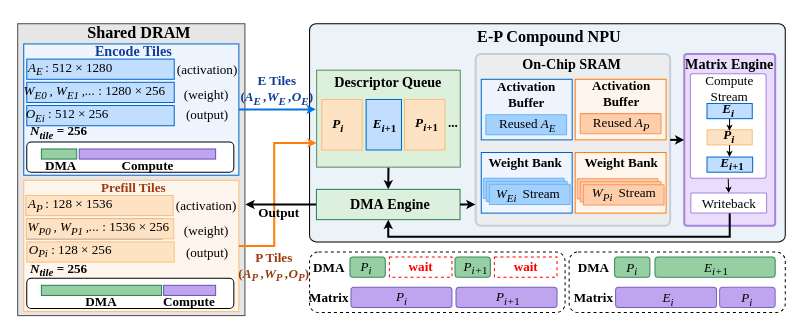
Before: figures/decode.drawio in icszhr/hermes, a draw.io diagram. Source tidied: cells renumbered, new cells numbered last; positions are measured from the earlier drawing's top-left corner, leaving out a move shared by most shapes. Both pictures are drawn from the tidied source at 101%, with x=0, y=0 at pixel (17, 17).
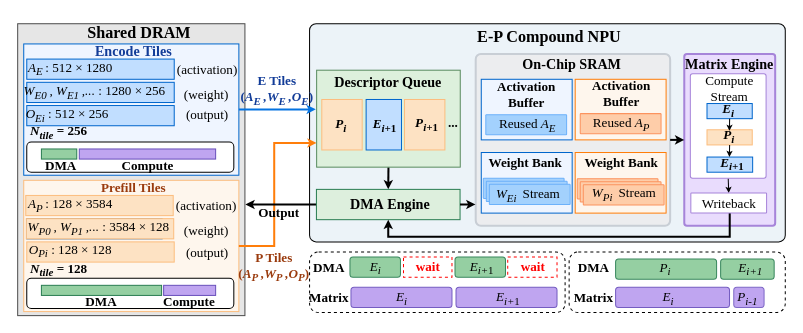
The same page after the edit.

The edit, as a diff of the source:
```diff
@@
     <mxCell id="6" style="rounded=1;whiteSpace=wrap;html=1;fillColor=light-dark(#95cfa2, #1f2f1e);strokeColor=light-dark(#38875d, #446e2c);fontSize=13;" parent="1" vertex="1">
-      <mxGeometry x="591" y="237" width="35" height="20" as="geometry" />
+      <mxGeometry x="696" y="239" width="53" height="20" as="geometry" />
     </mxCell>
     <mxCell id="7" style="rounded=1;whiteSpace=wrap;html=1;fillColor=light-dark(#bfa5f0, #392f3f);strokeColor=light-dark(#745cc1, #9577a3);fontSize=13;" parent="1" vertex="1">
-      <mxGeometry x="592" y="267" width="100" height="20" as="geometry" />
+      <mxGeometry x="592" y="267" width="112.8" height="20" as="geometry" />
     </mxCell>
     <mxCell id="8" style="rounded=1;whiteSpace=wrap;html=1;fillColor=light-dark(#95cfa2, #1f2f1e);strokeColor=light-dark(#38875d, #446e2c);fontSize=13;" parent="1" vertex="1">
-      <mxGeometry x="631" y="237" width="119" height="20" as="geometry" />
+      <mxGeometry x="592" y="239" width="100" height="20" as="geometry" />
     </mxCell>
     <mxCell id="9" style="rounded=1;whiteSpace=wrap;html=1;fillColor=light-dark(#bfa5f0, #392f3f);strokeColor=light-dark(#7e68c6, #9577a3);fontSize=13;" parent="1" vertex="1">
-      <mxGeometry x="695" y="267" width="55" height="20" as="geometry" />
+      <mxGeometry x="709" y="267" width="30" height="20" as="geometry" />
     </mxCell>
@@
-    <mxCell id="31" value="&lt;font face=&quot;Times New Roman&quot; style=&quot;font-weight: normal; color: rgb(0, 0, 0);&quot;&gt;&lt;i&gt;A&lt;sub&gt;&lt;font&gt;P&lt;/font&gt;&amp;nbsp;&lt;/sub&gt;&lt;/i&gt;: 128&amp;nbsp;&lt;span style=&quot;color: light-dark(rgb(0, 0, 0), rgb(237, 237, 237)); background-color: transparent;&quot;&gt;× 1536&lt;/span&gt;&lt;span style=&quot;color: light-dark(rgb(0, 0, 0), rgb(237, 237, 237)); background-color: transparent;&quot;&gt;&amp;nbsp;&lt;/span&gt;&lt;br&gt;&lt;/font&gt;" style="text;html=1;whiteSpace=wrap;strokeColor=none;fillColor=none;align=center;verticalAlign=middle;rounded=0;fontStyle=1;fontColor=#0066CC;fontSize=13;" parent="1" vertex="1">
+    <mxCell id="31" value="&lt;font face=&quot;Times New Roman&quot; style=&quot;font-weight: normal; color: rgb(0, 0, 0);&quot;&gt;&lt;i&gt;A&lt;sub&gt;&lt;font&gt;P&lt;/font&gt;&amp;nbsp;&lt;/sub&gt;&lt;/i&gt;: 128&amp;nbsp;&lt;span style=&quot;color: light-dark(rgb(0, 0, 0), rgb(237, 237, 237)); background-color: transparent;&quot;&gt;× 3584&lt;/span&gt;&lt;span style=&quot;color: light-dark(rgb(0, 0, 0), rgb(237, 237, 237)); background-color: transparent;&quot;&gt;&amp;nbsp;&lt;/span&gt;&lt;br&gt;&lt;/font&gt;" style="text;html=1;whiteSpace=wrap;strokeColor=none;fillColor=none;align=center;verticalAlign=middle;rounded=0;fontStyle=1;fontColor=#0066CC;fontSize=13;" parent="1" vertex="1">
       <mxGeometry x="9" y="171" width="90" height="30" as="geometry" />
     </mxCell>
@@
-    <mxCell id="34" value="&lt;font face=&quot;Times New Roman&quot; style=&quot;font-weight: normal; color: rgb(0, 0, 0);&quot;&gt;&lt;i&gt;W&lt;sub&gt;&lt;font&gt;P0&lt;/font&gt;&amp;nbsp;&lt;/sub&gt;,&amp;nbsp;&lt;/i&gt;&lt;i&gt;W&lt;sub&gt;&lt;font&gt;P1&lt;/font&gt; &lt;/sub&gt;,...&amp;nbsp;&lt;/i&gt;: 1536&amp;nbsp;&lt;span style=&quot;color: light-dark(rgb(0, 0, 0), rgb(237, 237, 237)); background-color: transparent;&quot;&gt;× 256&lt;/span&gt;&lt;span style=&quot;color: light-dark(rgb(0, 0, 0), rgb(237, 237, 237)); background-color: transparent;&quot;&gt;&amp;nbsp;&lt;/span&gt;&lt;br&gt;&lt;/font&gt;" style="text;html=1;whiteSpace=wrap;strokeColor=light-dark(#fcbd7e, #ededed);fillColor=light-dark(#fde2c3, #EDEDED);align=center;verticalAlign=middle;rounded=0;fontStyle=1;fontColor=#0066CC;fontSize=13;" parent="1" vertex="1">
+    <mxCell id="34" value="&lt;font face=&quot;Times New Roman&quot; style=&quot;font-weight: normal; color: rgb(0, 0, 0);&quot;&gt;&lt;i&gt;W&lt;sub&gt;&lt;font&gt;P0&lt;/font&gt;&amp;nbsp;&lt;/sub&gt;,&amp;nbsp;&lt;/i&gt;&lt;i&gt;W&lt;sub&gt;&lt;font&gt;P1&lt;/font&gt; &lt;/sub&gt;,...&amp;nbsp;&lt;/i&gt;: 3584&amp;nbsp;&lt;span style=&quot;color: light-dark(rgb(0, 0, 0), rgb(237, 237, 237)); background-color: transparent;&quot;&gt;× 128&lt;/span&gt;&lt;span style=&quot;color: light-dark(rgb(0, 0, 0), rgb(237, 237, 237)); background-color: transparent;&quot;&gt;&amp;nbsp;&lt;/span&gt;&lt;br&gt;&lt;/font&gt;" style="text;html=1;whiteSpace=wrap;strokeColor=light-dark(#fcbd7e, #ededed);fillColor=light-dark(#fde2c3, #EDEDED);align=center;verticalAlign=middle;rounded=0;fontStyle=1;fontColor=#0066CC;fontSize=13;" parent="1" vertex="1">
       <mxGeometry x="8.5" y="199" width="146" height="20" as="geometry" />
     </mxCell>
@@
-    <mxCell id="38" value="&lt;font face=&quot;Times New Roman&quot; style=&quot;font-weight: normal; color: rgb(0, 0, 0);&quot;&gt;&lt;i&gt;O&lt;sub&gt;&lt;font&gt;Pi&lt;/font&gt;&lt;/sub&gt;&lt;/i&gt;&lt;i&gt;&amp;nbsp;&lt;/i&gt;: 128&amp;nbsp;&lt;span style=&quot;color: light-dark(rgb(0, 0, 0), rgb(237, 237, 237)); background-color: transparent;&quot;&gt;× 256&lt;/span&gt;&lt;span style=&quot;color: light-dark(rgb(0, 0, 0), rgb(237, 237, 237)); background-color: transparent;&quot;&gt;&amp;nbsp;&lt;/span&gt;&lt;br&gt;&lt;/font&gt;" style="text;html=1;whiteSpace=wrap;strokeColor=none;fillColor=none;align=center;verticalAlign=middle;rounded=0;fontStyle=1;fontColor=#0066CC;fontSize=13;" parent="1" vertex="1">
+    <mxCell id="38" value="&lt;font face=&quot;Times New Roman&quot; style=&quot;font-weight: normal; color: rgb(0, 0, 0);&quot;&gt;&lt;i&gt;O&lt;sub&gt;&lt;font&gt;Pi&lt;/font&gt;&lt;/sub&gt;&lt;/i&gt;&lt;i&gt;&amp;nbsp;&lt;/i&gt;: 128&amp;nbsp;&lt;span style=&quot;color: light-dark(rgb(0, 0, 0), rgb(237, 237, 237)); background-color: transparent;&quot;&gt;× 128&lt;/span&gt;&lt;span style=&quot;color: light-dark(rgb(0, 0, 0), rgb(237, 237, 237)); background-color: transparent;&quot;&gt;&amp;nbsp;&lt;/span&gt;&lt;br&gt;&lt;/font&gt;" style="text;html=1;whiteSpace=wrap;strokeColor=none;fillColor=none;align=center;verticalAlign=middle;rounded=0;fontStyle=1;fontColor=#0066CC;fontSize=13;" parent="1" vertex="1">
       <mxGeometry x="9" y="221" width="90" height="20" as="geometry" />
     </mxCell>
@@
-    <mxCell id="40" value="&lt;font color=&quot;#000000&quot; face=&quot;Times New Roman&quot;&gt;&lt;span&gt;&lt;i&gt;N&lt;/i&gt;&lt;sub style=&quot;font-style: italic;&quot;&gt;&lt;font&gt;tile&lt;/font&gt;&lt;/sub&gt;&amp;nbsp;= 256&lt;/span&gt;&lt;/font&gt;" style="text;html=1;whiteSpace=wrap;strokeColor=none;fillColor=none;align=center;verticalAlign=middle;rounded=0;fontStyle=1;fontColor=#0066CC;fontSize=13;" parent="1" vertex="1">
+    <mxCell id="40" value="&lt;font color=&quot;#000000&quot; face=&quot;Times New Roman&quot;&gt;&lt;span&gt;&lt;i&gt;N&lt;/i&gt;&lt;sub style=&quot;font-style: italic;&quot;&gt;&lt;font&gt;tile&lt;/font&gt;&lt;/sub&gt;&amp;nbsp;= 128&lt;/span&gt;&lt;/font&gt;" style="text;html=1;whiteSpace=wrap;strokeColor=none;fillColor=none;align=center;verticalAlign=middle;rounded=0;fontStyle=1;fontColor=#0066CC;fontSize=13;" parent="1" vertex="1">
       <mxGeometry x="6" y="240" width="70" height="20" as="geometry" />
     </mxCell>
@@
     <mxCell id="52" style="rounded=1;whiteSpace=wrap;html=1;fillColor=light-dark(#95cfa2, #1f2f1e);strokeColor=light-dark(#38875d, #446e2c);fontSize=13;" parent="1" vertex="1">
-      <mxGeometry x="329" y="237" width="35" height="20" as="geometry" />
+      <mxGeometry x="329" y="237" width="50" height="20" as="geometry" />
     </mxCell>
@@
     <mxCell id="54" style="rounded=1;whiteSpace=wrap;html=1;fillColor=light-dark(#95cfa2, #1f2f1e);strokeColor=light-dark(#38875d, #446e2c);fontSize=13;" parent="1" vertex="1">
-      <mxGeometry x="433" y="237" width="35" height="20" as="geometry" />
+      <mxGeometry x="433" y="237" width="50" height="20" as="geometry" />
     </mxCell>
@@
     <mxCell id="56" style="rounded=0;whiteSpace=wrap;html=1;dashed=1;strokeColor=#FF0000;fontSize=13;" parent="1" vertex="1">
-      <mxGeometry x="368" y="237" width="62" height="20" as="geometry" />
+      <mxGeometry x="382" y="237" width="48" height="20" as="geometry" />
     </mxCell>
     <mxCell id="57" value="&lt;span style=&quot;color: rgb(255, 0, 0);&quot;&gt;wait&lt;/span&gt;" style="text;html=1;whiteSpace=wrap;strokeColor=none;fillColor=none;align=center;verticalAlign=middle;rounded=0;fontFamily=Times New Roman;fontStyle=1;fontSize=13;" parent="1" vertex="1">
-      <mxGeometry x="381.5" y="231" width="35" height="30" as="geometry" />
+      <mxGeometry x="388.5" y="231" width="35" height="30" as="geometry" />
     </mxCell>
     <mxCell id="58" style="rounded=0;whiteSpace=wrap;html=1;dashed=1;strokeColor=#FF0000;fontSize=13;" parent="1" vertex="1">
-      <mxGeometry x="472" y="237" width="62" height="20" as="geometry" />
+      <mxGeometry x="485.2" y="237" width="48.8" height="20" as="geometry" />
     </mxCell>
     <mxCell id="59" value="&lt;span style=&quot;color: rgb(255, 0, 0);&quot;&gt;wait&lt;/span&gt;" style="text;html=1;whiteSpace=wrap;strokeColor=none;fillColor=none;align=center;verticalAlign=middle;rounded=0;fontFamily=Times New Roman;fontStyle=1;fontSize=13;" parent="1" vertex="1">
-      <mxGeometry x="485.5" y="231" width="35" height="30" as="geometry" />
+      <mxGeometry x="492.5" y="231" width="35" height="30" as="geometry" />
     </mxCell>
-    <mxCell id="60" value="&lt;i style=&quot;forced-color-adjust: none; color: rgb(0, 0, 0); font-family: &amp;quot;Times New Roman&amp;quot;; font-variant-ligatures: normal; font-variant-caps: normal; font-weight: 400; letter-spacing: normal; orphans: 2; text-align: center; text-indent: 0px; text-transform: none; widows: 2; word-spacing: 0px; -webkit-text-stroke-width: 0px; white-space: normal; text-decoration-thickness: initial; text-decoration-style: initial; text-decoration-color: initial;&quot;&gt;P&lt;sub style=&quot;forced-color-adjust: none;&quot;&gt;&lt;font style=&quot;forced-color-adjust: none;&quot;&gt;i&lt;/font&gt;&lt;/sub&gt;&lt;/i&gt;" style="text;whiteSpace=wrap;html=1;labelBackgroundColor=none;fontSize=13;" parent="1" vertex="1">
-      <mxGeometry x="338" y="232" width="26" height="20" as="geometry" />
+    <mxCell id="60" value="&lt;i style=&quot;forced-color-adjust: none; color: rgb(0, 0, 0); font-family: &amp;quot;Times New Roman&amp;quot;; font-variant-ligatures: normal; font-variant-caps: normal; font-weight: 400; letter-spacing: normal; orphans: 2; text-align: center; text-indent: 0px; text-transform: none; widows: 2; word-spacing: 0px; -webkit-text-stroke-width: 0px; white-space: normal; text-decoration-thickness: initial; text-decoration-style: initial; text-decoration-color: initial;&quot;&gt;E&lt;sub style=&quot;forced-color-adjust: none;&quot;&gt;&lt;font style=&quot;forced-color-adjust: none;&quot;&gt;i&lt;/font&gt;&lt;/sub&gt;&lt;/i&gt;" style="text;whiteSpace=wrap;html=1;labelBackgroundColor=none;fontSize=13;" parent="1" vertex="1">
+      <mxGeometry x="347" y="232" width="26" height="20" as="geometry" />
     </mxCell>
-    <mxCell id="61" value="&lt;i style=&quot;forced-color-adjust: none; color: rgb(0, 0, 0); font-family: &amp;quot;Times New Roman&amp;quot;; font-variant-ligatures: normal; font-variant-caps: normal; font-weight: 400; letter-spacing: normal; orphans: 2; text-align: center; text-indent: 0px; text-transform: none; widows: 2; word-spacing: 0px; -webkit-text-stroke-width: 0px; white-space: normal; text-decoration-thickness: initial; text-decoration-style: initial; text-decoration-color: initial;&quot;&gt;P&lt;sub style=&quot;forced-color-adjust: none;&quot;&gt;&lt;font style=&quot;forced-color-adjust: none;&quot;&gt;i&lt;/font&gt;&lt;/sub&gt;&lt;/i&gt;" style="text;whiteSpace=wrap;html=1;labelBackgroundColor=none;fontSize=13;" parent="1" vertex="1">
+    <mxCell id="61" value="&lt;i style=&quot;forced-color-adjust: none; color: rgb(0, 0, 0); font-family: &amp;quot;Times New Roman&amp;quot;; font-variant-ligatures: normal; font-variant-caps: normal; font-weight: 400; letter-spacing: normal; orphans: 2; text-align: center; text-indent: 0px; text-transform: none; widows: 2; word-spacing: 0px; -webkit-text-stroke-width: 0px; white-space: normal; text-decoration-thickness: initial; text-decoration-style: initial; text-decoration-color: initial;&quot;&gt;E&lt;sub style=&quot;forced-color-adjust: none;&quot;&gt;&lt;font style=&quot;forced-color-adjust: none;&quot;&gt;i&lt;/font&gt;&lt;/sub&gt;&lt;/i&gt;" style="text;whiteSpace=wrap;html=1;labelBackgroundColor=none;fontSize=13;" parent="1" vertex="1">
       <mxGeometry x="373" y="262" width="26" height="20" as="geometry" />
     </mxCell>
-    <mxCell id="62" value="&lt;span style=&quot;forced-color-adjust: none; color: rgb(0, 0, 0); font-family: &amp;quot;Times New Roman&amp;quot;; font-variant-ligatures: normal; font-variant-caps: normal; font-weight: 400; letter-spacing: normal; orphans: 2; text-align: center; text-indent: 0px; text-transform: none; widows: 2; word-spacing: 0px; -webkit-text-stroke-width: 0px; white-space: normal; text-decoration-thickness: initial; text-decoration-style: initial; text-decoration-color: initial;&quot;&gt;&lt;i&gt;P&lt;/i&gt;&lt;sub style=&quot;forced-color-adjust: none;&quot;&gt;&lt;font style=&quot;forced-color-adjust: none;&quot;&gt;&lt;i&gt;i+&lt;/i&gt;1&lt;/font&gt;&lt;/sub&gt;&lt;/span&gt;" style="text;whiteSpace=wrap;html=1;labelBackgroundColor=none;fontSize=13;" parent="1" vertex="1">
-      <mxGeometry x="440" y="232" width="26" height="20" as="geometry" />
+    <mxCell id="62" value="&lt;span style=&quot;forced-color-adjust: none; color: rgb(0, 0, 0); font-family: &amp;quot;Times New Roman&amp;quot;; font-variant-ligatures: normal; font-variant-caps: normal; font-weight: 400; letter-spacing: normal; orphans: 2; text-align: center; text-indent: 0px; text-transform: none; widows: 2; word-spacing: 0px; -webkit-text-stroke-width: 0px; white-space: normal; text-decoration-thickness: initial; text-decoration-style: initial; text-decoration-color: initial;&quot;&gt;&lt;i&gt;E&lt;/i&gt;&lt;sub style=&quot;forced-color-adjust: none;&quot;&gt;&lt;font style=&quot;forced-color-adjust: none;&quot;&gt;&lt;i&gt;i+&lt;/i&gt;1&lt;/font&gt;&lt;/sub&gt;&lt;/span&gt;" style="text;whiteSpace=wrap;html=1;labelBackgroundColor=none;fontSize=13;" parent="1" vertex="1">
+      <mxGeometry x="446.2" y="232" width="26" height="20" as="geometry" />
     </mxCell>
-    <mxCell id="63" value="&lt;span style=&quot;forced-color-adjust: none; color: rgb(0, 0, 0); font-family: &amp;quot;Times New Roman&amp;quot;; font-variant-ligatures: normal; font-variant-caps: normal; font-weight: 400; letter-spacing: normal; orphans: 2; text-align: center; text-indent: 0px; text-transform: none; widows: 2; word-spacing: 0px; -webkit-text-stroke-width: 0px; white-space: normal; text-decoration-thickness: initial; text-decoration-style: initial; text-decoration-color: initial;&quot;&gt;&lt;i&gt;P&lt;/i&gt;&lt;sub style=&quot;forced-color-adjust: none;&quot;&gt;&lt;font style=&quot;forced-color-adjust: none;&quot;&gt;&lt;i&gt;i+&lt;/i&gt;1&lt;/font&gt;&lt;/sub&gt;&lt;/span&gt;" style="text;whiteSpace=wrap;html=1;labelBackgroundColor=none;fontSize=13;" parent="1" vertex="1">
+    <mxCell id="63" value="&lt;span style=&quot;forced-color-adjust: none; color: rgb(0, 0, 0); font-family: &amp;quot;Times New Roman&amp;quot;; font-variant-ligatures: normal; font-variant-caps: normal; font-weight: 400; letter-spacing: normal; orphans: 2; text-align: center; text-indent: 0px; text-transform: none; widows: 2; word-spacing: 0px; -webkit-text-stroke-width: 0px; white-space: normal; text-decoration-thickness: initial; text-decoration-style: initial; text-decoration-color: initial;&quot;&gt;&lt;i&gt;E&lt;/i&gt;&lt;sub style=&quot;forced-color-adjust: none;&quot;&gt;&lt;font style=&quot;forced-color-adjust: none;&quot;&gt;&lt;i&gt;i+&lt;/i&gt;1&lt;/font&gt;&lt;/sub&gt;&lt;/span&gt;" style="text;whiteSpace=wrap;html=1;labelBackgroundColor=none;fontSize=13;" parent="1" vertex="1">
       <mxGeometry x="472" y="262" width="26" height="20" as="geometry" />
     </mxCell>
-    <mxCell id="64" value="&lt;i style=&quot;forced-color-adjust: none; color: rgb(0, 0, 0); font-family: &amp;quot;Times New Roman&amp;quot;; font-variant-ligatures: normal; font-variant-caps: normal; font-weight: 400; letter-spacing: normal; orphans: 2; text-align: center; text-indent: 0px; text-transform: none; widows: 2; word-spacing: 0px; -webkit-text-stroke-width: 0px; white-space: normal; text-decoration-thickness: initial; text-decoration-style: initial; text-decoration-color: initial;&quot;&gt;P&lt;sub style=&quot;forced-color-adjust: none;&quot;&gt;&lt;font style=&quot;forced-color-adjust: none;&quot;&gt;i&lt;/font&gt;&lt;/sub&gt;&lt;/i&gt;" style="text;whiteSpace=wrap;html=1;labelBackgroundColor=none;fontSize=13;" parent="1" vertex="1">
-      <mxGeometry x="601" y="233" width="26" height="20" as="geometry" />
+    <mxCell id="64" value="&lt;i style=&quot;forced-color-adjust: none; color: rgb(0, 0, 0); font-family: &amp;quot;Times New Roman&amp;quot;; font-variant-ligatures: normal; font-variant-caps: normal; font-weight: 400; letter-spacing: normal; orphans: 2; text-align: center; text-indent: 0px; text-transform: none; widows: 2; word-spacing: 0px; -webkit-text-stroke-width: 0px; white-space: normal; text-decoration-thickness: initial; text-decoration-style: initial; text-decoration-color: initial;&quot;&gt;E&lt;sub style=&quot;forced-color-adjust: none;&quot;&gt;&lt;font style=&quot;forced-color-adjust: none;&quot;&gt;i+1&lt;/font&gt;&lt;/sub&gt;&lt;/i&gt;" style="text;whiteSpace=wrap;html=1;labelBackgroundColor=none;fontSize=13;" parent="1" vertex="1">
+      <mxGeometry x="712" y="233" width="26" height="20" as="geometry" />
     </mxCell>
     <mxCell id="65" value="&lt;i style=&quot;forced-color-adjust: none; color: rgb(0, 0, 0); font-family: &amp;quot;Times New Roman&amp;quot;; font-variant-ligatures: normal; font-variant-caps: normal; font-weight: 400; letter-spacing: normal; orphans: 2; text-align: center; text-indent: 0px; text-transform: none; widows: 2; word-spacing: 0px; -webkit-text-stroke-width: 0px; white-space: normal; text-decoration-thickness: initial; text-decoration-style: initial; text-decoration-color: initial;&quot;&gt;E&lt;sub style=&quot;forced-color-adjust: none;&quot;&gt;&lt;font style=&quot;forced-color-adjust: none;&quot;&gt;i&lt;/font&gt;&lt;/sub&gt;&lt;/i&gt;" style="text;whiteSpace=wrap;html=1;labelBackgroundColor=none;fontSize=13;" parent="1" vertex="1">
-      <mxGeometry x="637" y="263" width="26" height="20" as="geometry" />
+      <mxGeometry x="637" y="262" width="26" height="20" as="geometry" />
     </mxCell>
-    <mxCell id="66" value="&lt;span style=&quot;forced-color-adjust: none; color: rgb(0, 0, 0); font-family: &amp;quot;Times New Roman&amp;quot;; font-variant-ligatures: normal; font-variant-caps: normal; font-weight: 400; letter-spacing: normal; orphans: 2; text-align: center; text-indent: 0px; text-transform: none; widows: 2; word-spacing: 0px; -webkit-text-stroke-width: 0px; white-space: normal; text-decoration-thickness: initial; text-decoration-style: initial; text-decoration-color: initial;&quot;&gt;&lt;i&gt;E&lt;/i&gt;&lt;sub style=&quot;forced-color-adjust: none;&quot;&gt;&lt;font style=&quot;forced-color-adjust: none;&quot;&gt;&lt;i&gt;i+&lt;/i&gt;1&lt;/font&gt;&lt;/sub&gt;&lt;/span&gt;" style="text;whiteSpace=wrap;html=1;labelBackgroundColor=none;fontSize=13;" parent="1" vertex="1">
-      <mxGeometry x="677.5" y="233" width="26" height="20" as="geometry" />
+    <mxCell id="66" value="&lt;span style=&quot;forced-color-adjust: none; color: rgb(0, 0, 0); font-family: &amp;quot;Times New Roman&amp;quot;; font-variant-ligatures: normal; font-variant-caps: normal; font-weight: 400; letter-spacing: normal; orphans: 2; text-align: center; text-indent: 0px; text-transform: none; widows: 2; word-spacing: 0px; -webkit-text-stroke-width: 0px; white-space: normal; text-decoration-thickness: initial; text-decoration-style: initial; text-decoration-color: initial;&quot;&gt;&lt;i&gt;P&lt;/i&gt;&lt;sub style=&quot;forced-color-adjust: none;&quot;&gt;&lt;font style=&quot;forced-color-adjust: none;&quot;&gt;&lt;i&gt;i&lt;/i&gt;&lt;/font&gt;&lt;/sub&gt;&lt;/span&gt;" style="text;whiteSpace=wrap;html=1;labelBackgroundColor=none;fontSize=13;" parent="1" vertex="1">
+      <mxGeometry x="634" y="233" width="26" height="20" as="geometry" />
     </mxCell>
-    <mxCell id="67" value="&lt;i style=&quot;forced-color-adjust: none; color: rgb(0, 0, 0); font-family: &amp;quot;Times New Roman&amp;quot;; font-variant-ligatures: normal; font-variant-caps: normal; font-weight: 400; letter-spacing: normal; orphans: 2; text-align: center; text-indent: 0px; text-transform: none; widows: 2; word-spacing: 0px; -webkit-text-stroke-width: 0px; white-space: normal; text-decoration-thickness: initial; text-decoration-style: initial; text-decoration-color: initial;&quot;&gt;P&lt;sub style=&quot;forced-color-adjust: none;&quot;&gt;&lt;font style=&quot;forced-color-adjust: none;&quot;&gt;i&lt;/font&gt;&lt;/sub&gt;&lt;/i&gt;" style="text;whiteSpace=wrap;html=1;labelBackgroundColor=none;fontSize=13;" parent="1" vertex="1">
-      <mxGeometry x="715" y="263" width="26" height="20" as="geometry" />
+    <mxCell id="67" value="&lt;i style=&quot;forced-color-adjust: none; color: rgb(0, 0, 0); font-family: &amp;quot;Times New Roman&amp;quot;; font-variant-ligatures: normal; font-variant-caps: normal; font-weight: 400; letter-spacing: normal; orphans: 2; text-align: center; text-indent: 0px; text-transform: none; widows: 2; word-spacing: 0px; -webkit-text-stroke-width: 0px; white-space: normal; text-decoration-thickness: initial; text-decoration-style: initial; text-decoration-color: initial;&quot;&gt;P&lt;sub style=&quot;forced-color-adjust: none;&quot;&gt;&lt;font style=&quot;forced-color-adjust: none;&quot;&gt;i-1&lt;/font&gt;&lt;/sub&gt;&lt;/i&gt;" style="text;whiteSpace=wrap;html=1;labelBackgroundColor=none;fontSize=13;" parent="1" vertex="1">
+      <mxGeometry x="711" y="262" width="26" height="20" as="geometry" />
     </mxCell>
@@
     <mxCell id="78" value="&lt;i style=&quot;forced-color-adjust: none; color: rgb(0, 0, 0); font-family: &amp;quot;Times New Roman&amp;quot;; font-variant-ligatures: normal; font-variant-caps: normal; letter-spacing: normal; orphans: 2; text-align: center; text-indent: 0px; text-transform: none; widows: 2; word-spacing: 0px; -webkit-text-stroke-width: 0px; white-space: normal; text-decoration-thickness: initial; text-decoration-style: initial; text-decoration-color: initial;&quot;&gt;P&lt;sub style=&quot;forced-color-adjust: none;&quot;&gt;&lt;font style=&quot;forced-color-adjust: none;&quot;&gt;i&lt;/font&gt;&lt;/sub&gt;&lt;/i&gt;" style="text;whiteSpace=wrap;html=1;labelBackgroundColor=none;fontStyle=1;fontSize=13;" parent="1" vertex="1">
-      <mxGeometry x="310" y="90.5" width="26" height="20" as="geometry" />
+      <mxGeometry x="313" y="90.5" width="26" height="20" as="geometry" />
     </mxCell>
```
